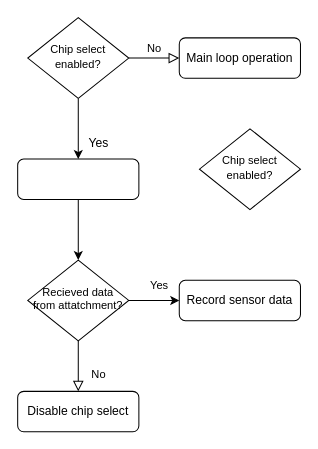
The draw.io diagram test.dio in Kyle-912/HDL, before the edit. Source tidied: cells renumbered, new cells numbered last; positions are measured from the earlier drawing's top-left corner, leaving out a move shared by most shapes. Both pictures are drawn from the tidied source at 101%, with x=0, y=0 at pixel (17, 17).
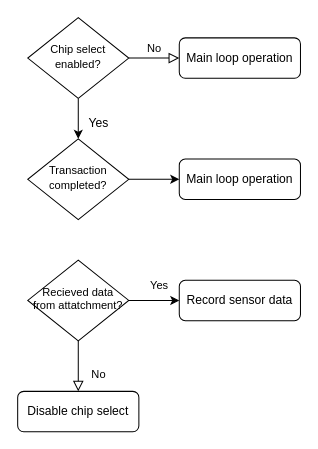
The same page after the edit.

Change to the diagram source:
```diff
@@
 <mxGraphModel>
   <root>
     <mxCell id="0" />
     <mxCell id="1" parent="0" />
-    <mxCell id="2" style="edgeStyle=none;html=1;exitX=0.5;exitY=1;exitDx=0;exitDy=0;entryX=0.5;entryY=0;entryDx=0;entryDy=0;" parent="1" edge="1" source="3" target="10">
-      <mxGeometry relative="1" as="geometry" />
-    </mxCell>
-    <mxCell id="3" style="rounded=1;whiteSpace=wrap;html=1;fontSize=12;glass=0;strokeWidth=1;shadow=0;" parent="1" vertex="1">
-      <mxGeometry y="140" width="120" height="40" as="geometry" />
-    </mxCell>
     <mxCell id="4" value="No" style="edgeStyle=orthogonalEdgeStyle;rounded=0;html=1;jettySize=auto;fontSize=11;endArrow=block;endFill=0;endSize=8;strokeWidth=1;shadow=0;labelBackgroundColor=none;" parent="1" edge="1" source="6" target="7">
       <mxGeometry y="10" relative="1" as="geometry" />
     </mxCell>
-    <mxCell id="5" style="edgeStyle=none;html=1;exitX=0.5;exitY=1;exitDx=0;exitDy=0;entryX=0.5;entryY=0;entryDx=0;entryDy=0;" parent="1" edge="1" source="6" target="3">
-      <mxGeometry relative="1" as="geometry">
-        <Array as="points">
-          <mxPoint x="60" y="110" />
-        </Array>
-      </mxGeometry>
-    </mxCell>
+    <mxCell id="16" style="edgeStyle=none;html=1;exitX=0.5;exitY=1;exitDx=0;exitDy=0;entryX=0.5;entryY=0;entryDx=0;entryDy=0;fontSize=11;" parent="1" edge="1" source="6" target="15">
+      <mxGeometry relative="1" as="geometry" />
+    </mxCell>
     <mxCell id="6" value="&lt;font style=&quot;font-size: 11px;&quot;&gt;Chip select enabled?&lt;/font&gt;" style="rhombus;whiteSpace=wrap;html=1;shadow=0;fontFamily=Helvetica;fontSize=12;align=center;strokeWidth=1;spacing=6;spacingTop=-4;" parent="1" vertex="1">
       <mxGeometry x="10" width="100" height="80" as="geometry" />
     </mxCell>
     <mxCell id="7" value="Main loop operation" style="rounded=1;whiteSpace=wrap;html=1;fontSize=12;glass=0;strokeWidth=1;shadow=0;" parent="1" vertex="1">
       <mxGeometry x="160" y="20" width="120" height="40" as="geometry" />
     </mxCell>
     <mxCell id="8" value="No" style="rounded=0;html=1;jettySize=auto;fontSize=11;endArrow=block;endFill=0;endSize=8;strokeWidth=1;shadow=0;labelBackgroundColor=none;edgeStyle=orthogonalEdgeStyle;" parent="1" edge="1" source="10" target="11">
       <mxGeometry x="0.33" y="20" relative="1" as="geometry" />
     </mxCell>
     <mxCell id="9" style="edgeStyle=none;html=1;exitX=1;exitY=0.5;exitDx=0;exitDy=0;entryX=0;entryY=0.5;entryDx=0;entryDy=0;fontSize=11;" parent="1" edge="1" source="10" target="12">
       <mxGeometry relative="1" as="geometry" />
     </mxCell>
     <mxCell id="10" value="&lt;p style=&quot;line-height: 110%; font-size: 11px;&quot;&gt;Recieved data from attatchment?&lt;/p&gt;" style="rhombus;whiteSpace=wrap;html=1;shadow=0;fontFamily=Helvetica;fontSize=12;align=center;strokeWidth=1;spacing=6;spacingTop=-4;" parent="1" vertex="1">
       <mxGeometry x="10" y="240" width="100" height="80" as="geometry" />
     </mxCell>
     <mxCell id="11" value="Disable chip select" style="rounded=1;whiteSpace=wrap;html=1;fontSize=12;glass=0;strokeWidth=1;shadow=0;" parent="1" vertex="1">
       <mxGeometry y="370" width="120" height="40" as="geometry" />
     </mxCell>
     <mxCell id="12" value="Record sensor data" style="rounded=1;whiteSpace=wrap;html=1;fontSize=12;glass=0;strokeWidth=1;shadow=0;" parent="1" vertex="1">
       <mxGeometry x="160" y="260" width="120" height="40" as="geometry" />
     </mxCell>
     <mxCell id="13" value="Yes" style="text;html=1;align=center;verticalAlign=middle;strokeColor=none;fillColor=none;" parent="1" vertex="1">
-      <mxGeometry x="60" y="110" width="40" height="30" as="geometry" />
+      <mxGeometry x="60" y="90" width="40" height="30" as="geometry" />
     </mxCell>
     <mxCell id="14" value="Yes" style="text;html=1;align=center;verticalAlign=middle;strokeColor=none;fillColor=none;fontSize=11;" parent="1" vertex="1">
       <mxGeometry x="120" y="250" width="40" height="30" as="geometry" />
     </mxCell>
+    <mxCell id="17" style="edgeStyle=none;html=1;exitX=1;exitY=0.5;exitDx=0;exitDy=0;entryX=0;entryY=0.5;entryDx=0;entryDy=0;fontSize=11;" parent="1" edge="1" source="15" target="18">
+      <mxGeometry relative="1" as="geometry" />
+    </mxCell>
-    <mxCell id="15" value="&lt;font style=&quot;font-size: 11px;&quot;&gt;Chip select enabled?&lt;/font&gt;" style="rhombus;whiteSpace=wrap;html=1;shadow=0;fontFamily=Helvetica;fontSize=12;align=center;strokeWidth=1;spacing=6;spacingTop=-4;" parent="1" vertex="1">
-      <mxGeometry x="180" y="110" width="100" height="80" as="geometry" />
+    <mxCell id="15" value="&lt;font style=&quot;font-size: 11px;&quot;&gt;Transaction completed?&lt;/font&gt;" style="rhombus;whiteSpace=wrap;html=1;shadow=0;fontFamily=Helvetica;fontSize=12;align=center;strokeWidth=1;spacing=6;spacingTop=-4;" parent="1" vertex="1">
+      <mxGeometry x="10" y="120" width="100" height="80" as="geometry" />
     </mxCell>
+    <mxCell id="18" value="Main loop operation" style="rounded=1;whiteSpace=wrap;html=1;fontSize=12;glass=0;strokeWidth=1;shadow=0;" parent="1" vertex="1">
+      <mxGeometry x="160" y="140" width="120" height="40" as="geometry" />
+    </mxCell>
   </root>
 </mxGraphModel>
```
